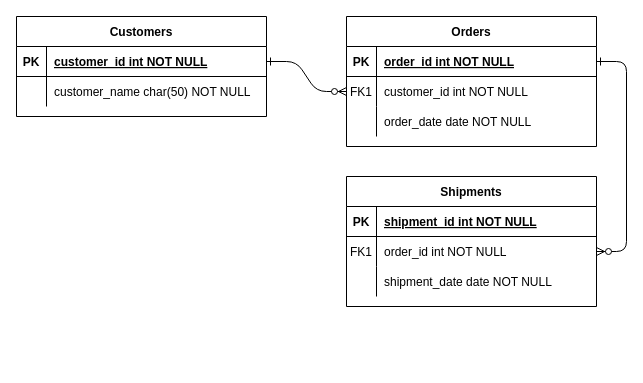
MSukpirom/crud-nodejs keeps this draw.io diagram as Untitled Diagram.drawio. Above is the earlier version. Source tidied: cells renumbered, new cells numbered last; positions are measured from the earlier drawing's top-left corner, leaving out a move shared by most shapes. Both pictures are drawn from the tidied source at 100%, with x=0, y=0 at pixel (16, 16).
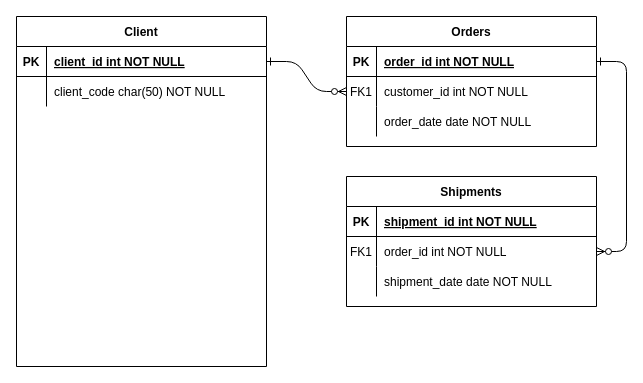
The same diagram, later.

Unchanged cells that the change refers to:
```xml
<mxCell id="25" style="shape=partialRectangle;fillColor=none;points=[[0,0.5],[1,0.5]];portConstraint=eastwest;top=0;left=0;right=0;bottom=1;" parent="24" vertex="1">
  <mxGeometry y="30" width="250" height="30" as="geometry" />
</mxCell>
<mxCell id="28" style="shape=partialRectangle;fillColor=none;top=0;left=0;right=0;bottom=0;" parent="24" vertex="1">
  <mxGeometry y="60" width="250" height="30" as="geometry" />
</mxCell>
```

Diff of the diagram source:
```diff
@@
-    <mxCell id="24" value="Customers" style="shape=table;startSize=30;childLayout=tableLayout;rowLines=0;fontStyle=1;align=center;" parent="1" vertex="1">
-      <mxGeometry width="250" height="100" as="geometry" />
+    <mxCell id="24" value="Client" style="shape=table;startSize=30;childLayout=tableLayout;rowLines=0;fontStyle=1;align=center;" parent="1" vertex="1">
+      <mxGeometry width="250" height="350" as="geometry" />
     </mxCell>
@@
-    <mxCell id="27" value="customer_id int NOT NULL " style="shape=partialRectangle;overflow=hidden;fillColor=none;top=0;left=0;bottom=0;right=0;align=left;spacingLeft=6;fontStyle=5;" parent="25" vertex="1">
+    <mxCell id="27" value="client_id int NOT NULL " style="shape=partialRectangle;overflow=hidden;fillColor=none;top=0;left=0;bottom=0;right=0;align=left;spacingLeft=6;fontStyle=5;" parent="25" vertex="1">
       <mxGeometry x="30" width="220" height="30" as="geometry" />
     </mxCell>
@@
-    <mxCell id="30" value="customer_name char(50) NOT NULL" style="shape=partialRectangle;overflow=hidden;fillColor=none;top=0;left=0;bottom=0;right=0;align=left;spacingLeft=6;" parent="28" vertex="1">
+    <mxCell id="30" value="client_code char(50) NOT NULL" style="shape=partialRectangle;overflow=hidden;fillColor=none;top=0;left=0;bottom=0;right=0;align=left;spacingLeft=6;" parent="28" vertex="1">
       <mxGeometry x="30" width="220" height="30" as="geometry" />
     </mxCell>
```
